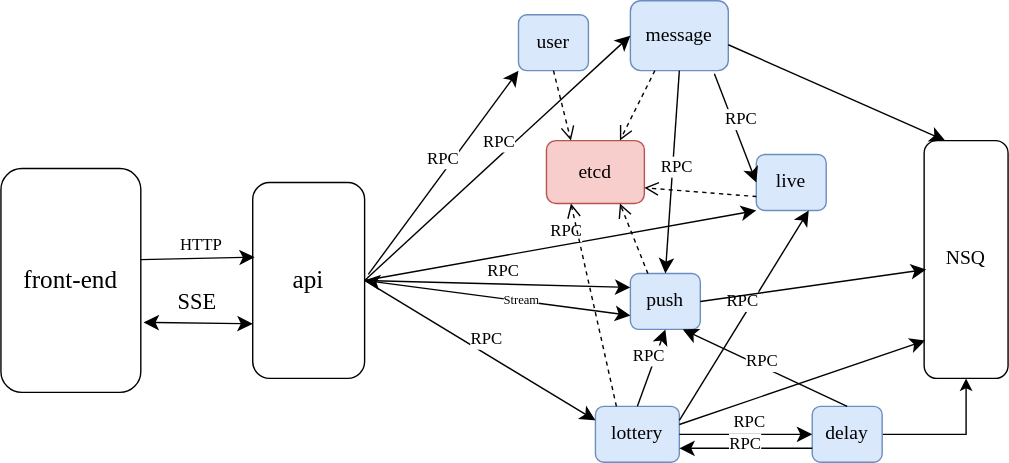
This is static/images/service_relations.svg from jizizr/goligoli, a draw.io export, as it was before one commit. Source tidied: cells renumbered, new cells last; positions are measured from the earlier drawing's top-left corner, leaving out a move shared by most shapes.
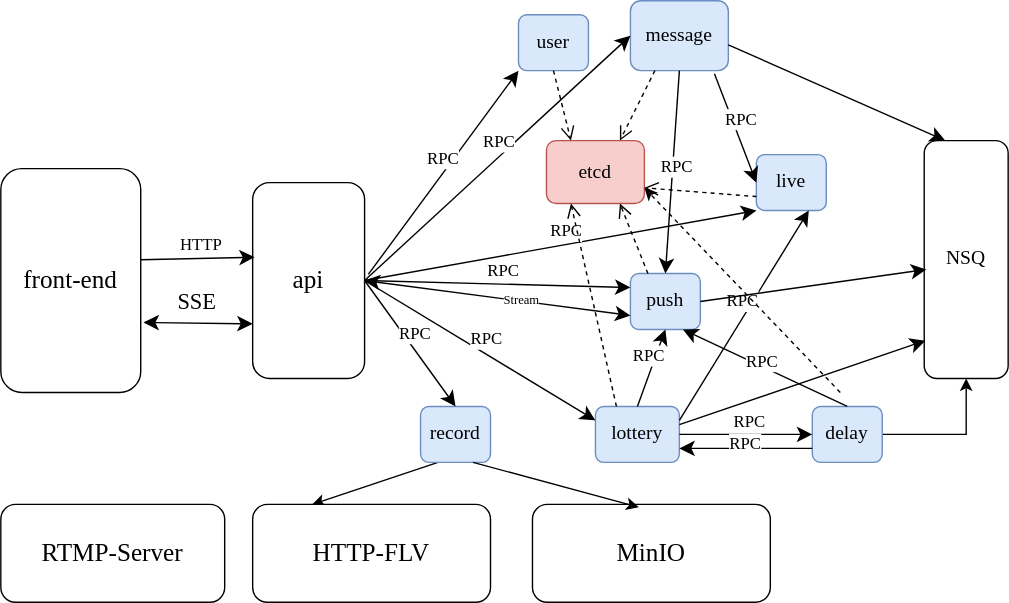
Later version of the same file.

The edit, as a diff of the source:
```diff
@@ -162,6 +162,11 @@
     <mxCell id="44" style="edgeStyle=orthogonalEdgeStyle;rounded=0;jettySize=auto;html=1;exitX=1;exitY=0.5;exitDx=0;exitDy=0;" parent="1" edge="1" source="45" target="33">
       <mxGeometry relative="1" as="geometry" />
     </mxCell>
+    <mxCell id="52" style="rounded=0;jettySize=auto;html=1;entryX=1;entryY=0.75;entryDx=0;entryDy=0;dashed=1;" parent="1" edge="1" target="34">
+      <mxGeometry relative="1" as="geometry">
+        <mxPoint x="600" y="280" as="sourcePoint" />
+      </mxGeometry>
+    </mxCell>
     <mxCell id="45" value="&lt;font style=&quot;font-size: 14px;&quot; face=&quot;Comic Sans MS&quot;&gt;delay&lt;/font&gt;" style="rounded=1;whiteSpace=wrap;html=1;fillColor=#dae8fc;strokeColor=#6c8ebf;" parent="1" vertex="1">
       <mxGeometry x="580" y="290" width="50" height="40" as="geometry" />
     </mxCell>
@@ -181,13 +186,41 @@
         <mxPoint y="-7" as="offset" />
       </mxGeometry>
     </mxCell>
-    <mxCell id="50" style="endArrow=classic;html=1;rounded=0;fontSize=12;startSize=8;endSize=8;curved=1;entryX=0.75;entryY=1;entryDx=0;entryDy=0;exitX=0.5;exitY=0;exitDx=0;exitDy=0;" parent="1" edge="1" source="45" target="13">
-      <mxGeometry relative="1" as="geometry" />
+    <mxCell id="50" style="endArrow=classic;html=1;rounded=0;fontSize=12;startSize=8;endSize=8;curved=1;entryX=0.75;entryY=1;entryDx=0;entryDy=0;" parent="1" edge="1" target="13">
+      <mxGeometry relative="1" as="geometry">
+        <mxPoint x="605" y="290" as="sourcePoint" />
+      </mxGeometry>
     </mxCell>
     <mxCell id="51" value="&lt;font face=&quot;Comic Sans MS&quot;&gt;RPC&lt;/font&gt;" style="edgeLabel;html=1;align=center;verticalAlign=middle;fontSize=12;" parent="50" vertex="1">
       <mxGeometry x="0.03" y="3" relative="1" as="geometry">
         <mxPoint y="-7" as="offset" />
       </mxGeometry>
     </mxCell>
+    <mxCell id="53" style="rounded=0;jettySize=auto;html=1;exitX=0.25;exitY=1;exitDx=0;exitDy=0;entryX=0.25;entryY=0;entryDx=0;entryDy=0;" parent="1" edge="1" source="54" target="58">
+      <mxGeometry relative="1" as="geometry" />
+    </mxCell>
+    <mxCell id="54" value="&lt;font style=&quot;font-size: 14px;&quot; face=&quot;Comic Sans MS&quot;&gt;record&lt;/font&gt;" style="rounded=1;whiteSpace=wrap;html=1;fillColor=#dae8fc;strokeColor=#6c8ebf;" parent="1" vertex="1">
+      <mxGeometry x="300" y="290" width="50" height="40" as="geometry" />
+    </mxCell>
+    <mxCell id="55" style="endArrow=classic;html=1;rounded=0;fontSize=12;startSize=8;endSize=8;curved=1;entryX=0.5;entryY=0;entryDx=0;entryDy=0;exitX=1;exitY=0.5;exitDx=0;exitDy=0;" parent="1" edge="1" source="3" target="54">
+      <mxGeometry relative="1" as="geometry" />
+    </mxCell>
+    <mxCell id="56" value="&lt;font face=&quot;Comic Sans MS&quot;&gt;RPC&lt;/font&gt;" style="edgeLabel;html=1;align=center;verticalAlign=middle;fontSize=12;" parent="55" vertex="1">
+      <mxGeometry x="0.03" y="3" relative="1" as="geometry">
+        <mxPoint y="-7" as="offset" />
+      </mxGeometry>
+    </mxCell>
+    <mxCell id="57" value="&lt;font style=&quot;font-size: 18px;&quot; face=&quot;Comic Sans MS&quot;&gt;RTMP-Server&lt;/font&gt;" style="rounded=1;whiteSpace=wrap;html=1;" parent="1" vertex="1">
+      <mxGeometry y="360" width="160" height="70" as="geometry" />
+    </mxCell>
+    <mxCell id="58" value="&lt;font style=&quot;font-size: 18px;&quot; face=&quot;Comic Sans MS&quot;&gt;HTTP-FLV&lt;/font&gt;" style="rounded=1;whiteSpace=wrap;html=1;" parent="1" vertex="1">
+      <mxGeometry x="180" y="360" width="170" height="70" as="geometry" />
+    </mxCell>
+    <mxCell id="59" value="&lt;font style=&quot;font-size: 18px;&quot; face=&quot;Comic Sans MS&quot;&gt;MinIO&lt;/font&gt;" style="rounded=1;whiteSpace=wrap;html=1;" parent="1" vertex="1">
+      <mxGeometry x="380" y="360" width="170" height="70" as="geometry" />
+    </mxCell>
+    <mxCell id="60" style="rounded=0;jettySize=auto;html=1;exitX=0.75;exitY=1;exitDx=0;exitDy=0;entryX=0.447;entryY=0.029;entryDx=0;entryDy=0;entryPerimeter=0;" parent="1" edge="1" source="54" target="59">
+      <mxGeometry relative="1" as="geometry" />
+    </mxCell>
   </root>
 </mxGraphModel>
```
